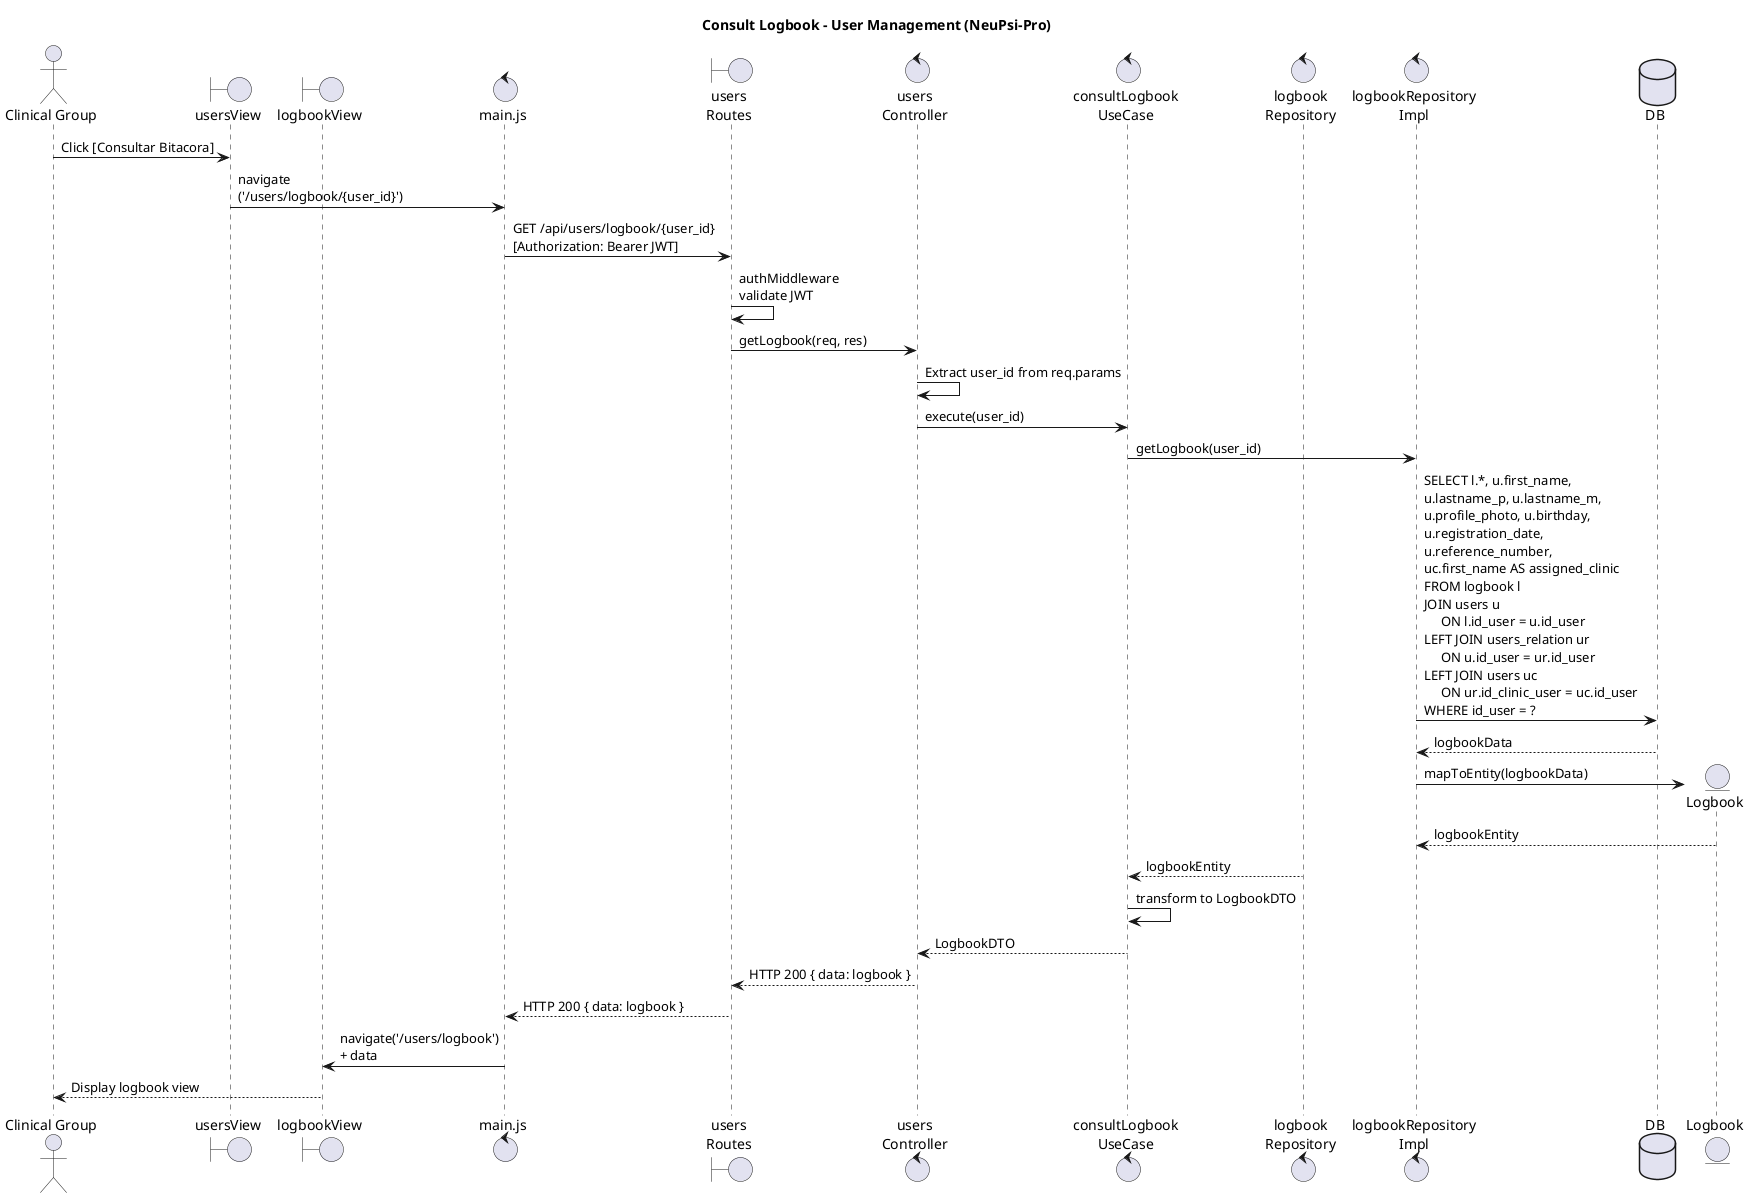
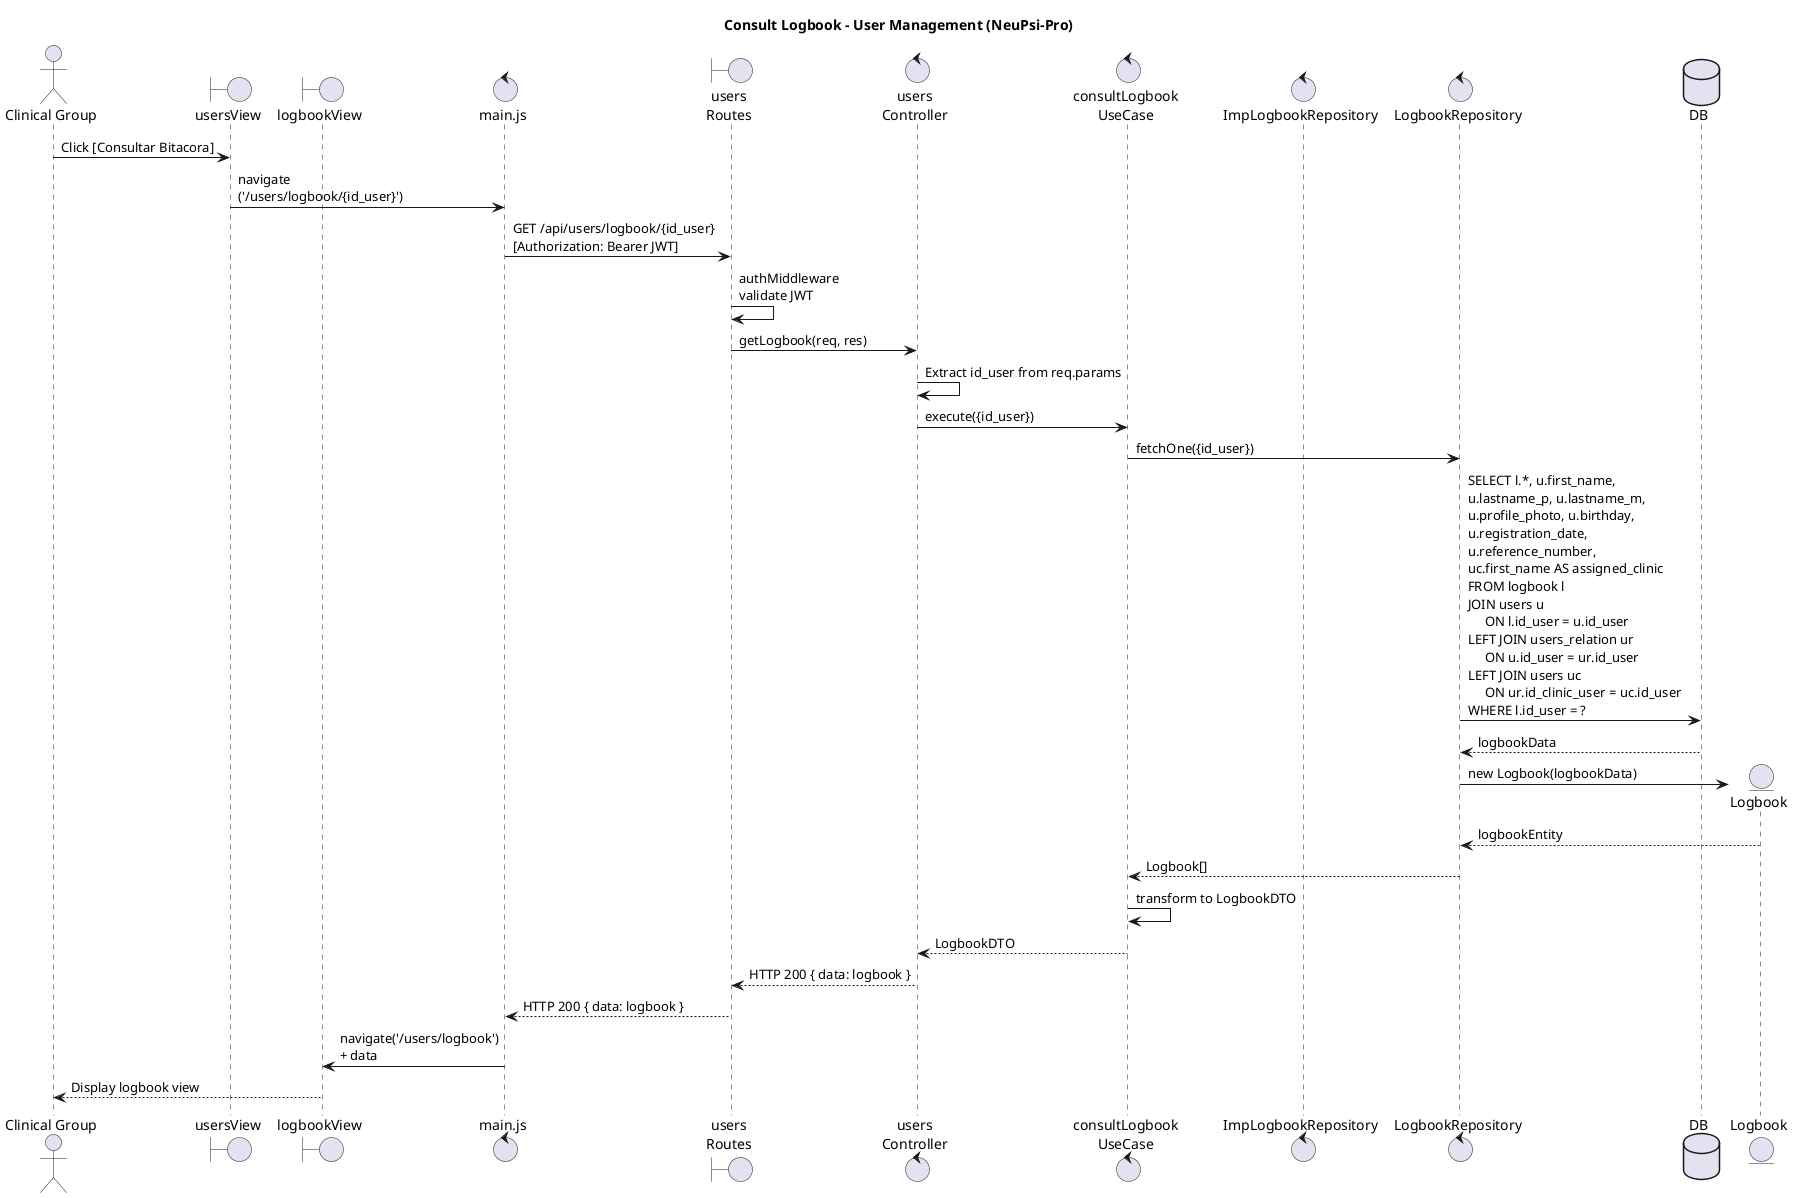
@startuml GU04 Consult-Logbook

title Consult Logbook - User Management (NeuPsi-Pro)

actor "Clinical Group" as CG

boundary "usersView" as VUsers
boundary "logbookView" as VLog
control "main.js" as MAIN
boundary "users\nRoutes" as ROUTE
control "users\nController" as CTRL
control "consultLogbook\nUseCase" as UC
- control "logbook\nRepository" as REPO
- control "logbookRepository\nImpl" as IREPO
+ control "ImpLogbookRepository" as REPO
+ control "LogbookRepository" as IREPO
database DB

CG -> VUsers : Click [Consultar Bitacora]
- VUsers -> MAIN : navigate\n('/users/logbook/{user_id}')
+ VUsers -> MAIN : navigate\n('/users/logbook/{id_user}')

- MAIN -> ROUTE : GET /api/users/logbook/{user_id}\n[Authorization: Bearer JWT]
+ MAIN -> ROUTE : GET /api/users/logbook/{id_user}\n[Authorization: Bearer JWT]

ROUTE -> ROUTE : authMiddleware\nvalidate JWT
ROUTE -> CTRL : getLogbook(req, res)

- CTRL -> CTRL : Extract user_id from req.params
+ CTRL -> CTRL : Extract id_user from req.params

- CTRL -> UC : execute(user_id)
+ CTRL -> UC : execute({id_user})

- UC -> IREPO : getLogbook(user_id)
+ UC -> IREPO : fetchOne({id_user})

- IREPO -> DB : SELECT l.*, u.first_name, \nu.lastname_p, u.lastname_m, \nu.profile_photo, u.birthday, \nu.registration_date, \nu.reference_number, \nuc.first_name AS assigned_clinic \nFROM logbook l \nJOIN users u \n     ON l.id_user = u.id_user \nLEFT JOIN users_relation ur \n     ON u.id_user = ur.id_user \nLEFT JOIN users uc \n     ON ur.id_clinic_user = uc.id_user \nWHERE id_user = ?
+ IREPO -> DB : SELECT l.*, u.first_name, \nu.lastname_p, u.lastname_m, \nu.profile_photo, u.birthday, \nu.registration_date, \nu.reference_number, \nuc.first_name AS assigned_clinic \nFROM logbook l \nJOIN users u \n     ON l.id_user = u.id_user \nLEFT JOIN users_relation ur \n     ON u.id_user = ur.id_user \nLEFT JOIN users uc \n     ON ur.id_clinic_user = uc.id_user \nWHERE l.id_user = ?

DB --> IREPO : logbookData

create entity "Logbook" as ENT
- IREPO -> ENT : mapToEntity(logbookData)
+ IREPO -> ENT : new Logbook(logbookData)
ENT --> IREPO : logbookEntity

- REPO --> UC : logbookEntity
+ IREPO --> UC : Logbook[]

UC -> UC : transform to LogbookDTO
UC --> CTRL : LogbookDTO

CTRL --> ROUTE : HTTP 200 { data: logbook }

ROUTE --> MAIN : HTTP 200 { data: logbook }

MAIN -> VLog : navigate('/users/logbook')\n+ data

VLog --> CG : Display logbook view

@enduml